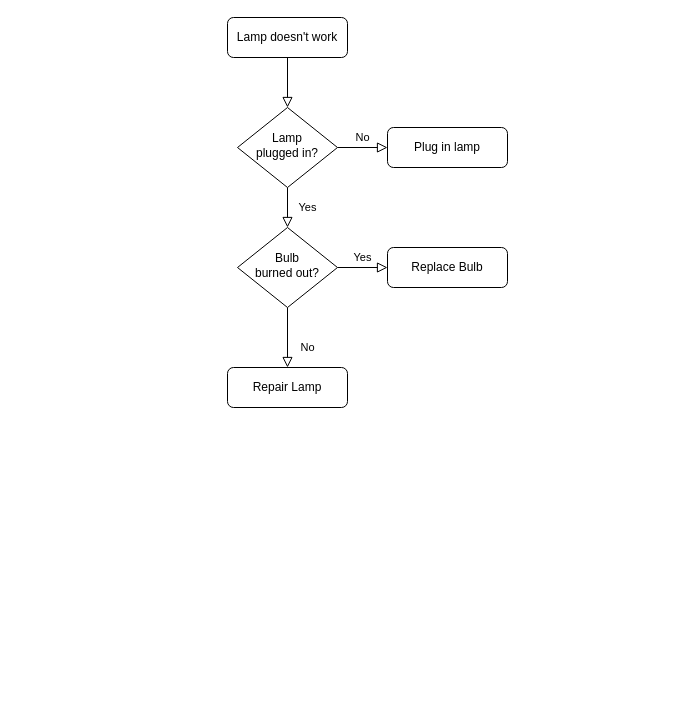
Earlier version of the draw.io diagram Diagramme sans nom.drawio (kcLandy/projet-red). Source tidied: cells renumbered, new cells numbered last; positions are measured from the earlier drawing's top-left corner, leaving out a move shared by most shapes. Both pictures are drawn from the tidied source at 100%, with x=0, y=0 at pixel (227, 17).
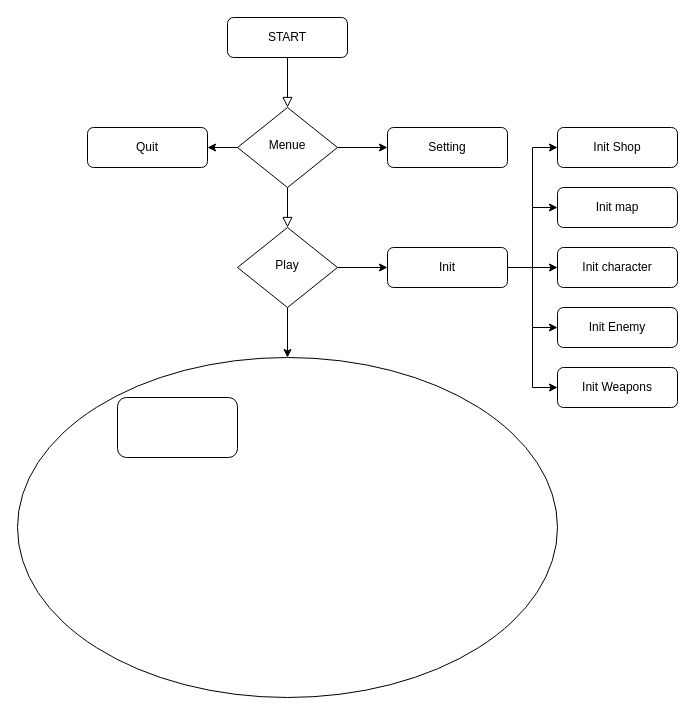
The same page after the edit.

Change to the diagram source:
```diff
@@
-    <mxCell id="3" value="Lamp doesn't work" style="rounded=1;whiteSpace=wrap;html=1;fontSize=12;glass=0;strokeWidth=1;shadow=0;" parent="1" vertex="1">
+    <mxCell id="3" value="START" style="rounded=1;whiteSpace=wrap;html=1;fontSize=12;glass=0;strokeWidth=1;shadow=0;" parent="1" vertex="1">
       <mxGeometry width="120" height="40" as="geometry" />
     </mxCell>
-    <mxCell id="4" value="Yes" style="rounded=0;html=1;jettySize=auto;fontSize=11;endArrow=block;endFill=0;endSize=8;strokeWidth=1;shadow=0;labelBackgroundColor=none;edgeStyle=orthogonalEdgeStyle;" parent="1" edge="1" source="6" target="10">
+    <mxCell id="4" style="rounded=0;html=1;jettySize=auto;fontSize=11;endArrow=block;endFill=0;endSize=8;strokeWidth=1;shadow=0;labelBackgroundColor=none;edgeStyle=orthogonalEdgeStyle;" parent="1" edge="1" source="6" target="10">
       <mxGeometry y="20" relative="1" as="geometry" />
     </mxCell>
-    <mxCell id="5" value="No" style="edgeStyle=orthogonalEdgeStyle;rounded=0;html=1;jettySize=auto;fontSize=11;endArrow=block;endFill=0;endSize=8;strokeWidth=1;shadow=0;labelBackgroundColor=none;" parent="1" edge="1" source="6" target="7">
-      <mxGeometry y="10" relative="1" as="geometry" />
+    <mxCell id="5" style="edgeStyle=orthogonalEdgeStyle;rounded=0;jettySize=auto;html=1;exitX=1;exitY=0.5;exitDx=0;exitDy=0;entryX=0;entryY=0.5;entryDx=0;entryDy=0;" parent="1" edge="1" source="6" target="7">
+      <mxGeometry relative="1" as="geometry" />
     </mxCell>
+    <mxCell id="13" style="edgeStyle=orthogonalEdgeStyle;rounded=0;jettySize=auto;html=1;exitX=0;exitY=0.5;exitDx=0;exitDy=0;" parent="1" edge="1" source="6" target="20">
+      <mxGeometry relative="1" as="geometry" />
+    </mxCell>
-    <mxCell id="6" value="Lamp&lt;br&gt;plugged in?" style="rhombus;whiteSpace=wrap;html=1;shadow=0;fontFamily=Helvetica;fontSize=12;align=center;strokeWidth=1;spacing=6;spacingTop=-4;" parent="1" vertex="1">
+    <mxCell id="6" value="Menue" style="rhombus;whiteSpace=wrap;html=1;shadow=0;fontFamily=Helvetica;fontSize=12;align=center;strokeWidth=1;spacing=6;spacingTop=-4;" parent="1" vertex="1">
       <mxGeometry x="10" y="90" width="100" height="80" as="geometry" />
     </mxCell>
-    <mxCell id="7" value="Plug in lamp" style="rounded=1;whiteSpace=wrap;html=1;fontSize=12;glass=0;strokeWidth=1;shadow=0;" parent="1" vertex="1">
+    <mxCell id="7" value="Setting" style="rounded=1;whiteSpace=wrap;html=1;fontSize=12;glass=0;strokeWidth=1;shadow=0;" parent="1" vertex="1">
       <mxGeometry x="160" y="110" width="120" height="40" as="geometry" />
     </mxCell>
-    <mxCell id="8" value="No" style="rounded=0;html=1;jettySize=auto;fontSize=11;endArrow=block;endFill=0;endSize=8;strokeWidth=1;shadow=0;labelBackgroundColor=none;edgeStyle=orthogonalEdgeStyle;" parent="1" edge="1" source="10" target="11">
-      <mxGeometry x="0.33" y="20" relative="1" as="geometry" />
-    </mxCell>
-    <mxCell id="9" value="Yes" style="edgeStyle=orthogonalEdgeStyle;rounded=0;html=1;jettySize=auto;fontSize=11;endArrow=block;endFill=0;endSize=8;strokeWidth=1;shadow=0;labelBackgroundColor=none;" parent="1" edge="1" source="10" target="12">
-      <mxGeometry y="10" relative="1" as="geometry" />
+    <mxCell id="9" style="edgeStyle=orthogonalEdgeStyle;rounded=0;jettySize=auto;html=1;exitX=1;exitY=0.5;exitDx=0;exitDy=0;entryX=0;entryY=0.5;entryDx=0;entryDy=0;" parent="1" edge="1" source="10" target="12">
+      <mxGeometry relative="1" as="geometry" />
     </mxCell>
+    <mxCell id="14" style="edgeStyle=orthogonalEdgeStyle;rounded=0;jettySize=auto;html=1;exitX=0.5;exitY=1;exitDx=0;exitDy=0;entryX=0.5;entryY=0;entryDx=0;entryDy=0;" parent="1" edge="1" source="10" target="24">
+      <mxGeometry relative="1" as="geometry" />
+    </mxCell>
-    <mxCell id="10" value="Bulb&lt;br&gt;burned out?" style="rhombus;whiteSpace=wrap;html=1;shadow=0;fontFamily=Helvetica;fontSize=12;align=center;strokeWidth=1;spacing=6;spacingTop=-4;" parent="1" vertex="1">
+    <mxCell id="10" value="Play" style="rhombus;whiteSpace=wrap;html=1;shadow=0;fontFamily=Helvetica;fontSize=12;align=center;strokeWidth=1;spacing=6;spacingTop=-4;" parent="1" vertex="1">
       <mxGeometry x="10" y="210" width="100" height="80" as="geometry" />
     </mxCell>
-    <mxCell id="11" value="Repair Lamp" style="rounded=1;whiteSpace=wrap;html=1;fontSize=12;glass=0;strokeWidth=1;shadow=0;" parent="1" vertex="1">
-      <mxGeometry y="350" width="120" height="40" as="geometry" />
-    </mxCell>
+    <mxCell id="15" style="edgeStyle=orthogonalEdgeStyle;rounded=0;jettySize=auto;html=1;exitX=1;exitY=0.5;exitDx=0;exitDy=0;entryX=0;entryY=0.5;entryDx=0;entryDy=0;" parent="1" edge="1" source="12" target="22">
+      <mxGeometry relative="1" as="geometry" />
+    </mxCell>
+    <mxCell id="16" style="edgeStyle=orthogonalEdgeStyle;rounded=0;jettySize=auto;html=1;exitX=1;exitY=0.5;exitDx=0;exitDy=0;entryX=0;entryY=0.5;entryDx=0;entryDy=0;" parent="1" edge="1" source="12" target="23">
+      <mxGeometry relative="1" as="geometry" />
+    </mxCell>
+    <mxCell id="17" style="edgeStyle=orthogonalEdgeStyle;rounded=0;jettySize=auto;html=1;exitX=1;exitY=0.5;exitDx=0;exitDy=0;entryX=0;entryY=0.5;entryDx=0;entryDy=0;" parent="1" edge="1" source="12" target="21">
+      <mxGeometry relative="1" as="geometry" />
+    </mxCell>
+    <mxCell id="18" style="edgeStyle=orthogonalEdgeStyle;rounded=0;jettySize=auto;html=1;exitX=1;exitY=0.5;exitDx=0;exitDy=0;entryX=0;entryY=0.5;entryDx=0;entryDy=0;" parent="1" edge="1" source="12" target="26">
+      <mxGeometry relative="1" as="geometry" />
+    </mxCell>
+    <mxCell id="19" style="edgeStyle=orthogonalEdgeStyle;rounded=0;jettySize=auto;html=1;exitX=1;exitY=0.5;exitDx=0;exitDy=0;entryX=0;entryY=0.5;entryDx=0;entryDy=0;" parent="1" edge="1" source="12" target="27">
+      <mxGeometry relative="1" as="geometry" />
+    </mxCell>
-    <mxCell id="12" value="Replace Bulb" style="rounded=1;whiteSpace=wrap;html=1;fontSize=12;glass=0;strokeWidth=1;shadow=0;" parent="1" vertex="1">
+    <mxCell id="12" value="Init" style="rounded=1;whiteSpace=wrap;html=1;fontSize=12;glass=0;strokeWidth=1;shadow=0;" parent="1" vertex="1">
       <mxGeometry x="160" y="230" width="120" height="40" as="geometry" />
     </mxCell>
+    <mxCell id="20" value="Quit" style="rounded=1;whiteSpace=wrap;html=1;fontSize=12;glass=0;strokeWidth=1;shadow=0;" parent="1" vertex="1">
+      <mxGeometry x="-140" y="110" width="120" height="40" as="geometry" />
+    </mxCell>
+    <mxCell id="21" value="Init Enemy" style="rounded=1;whiteSpace=wrap;html=1;fontSize=12;glass=0;strokeWidth=1;shadow=0;" parent="1" vertex="1">
+      <mxGeometry x="330" y="290" width="120" height="40" as="geometry" />
+    </mxCell>
+    <mxCell id="22" value="Init character" style="rounded=1;whiteSpace=wrap;html=1;fontSize=12;glass=0;strokeWidth=1;shadow=0;" parent="1" vertex="1">
+      <mxGeometry x="330" y="230" width="120" height="40" as="geometry" />
+    </mxCell>
+    <mxCell id="23" value="Init map" style="rounded=1;whiteSpace=wrap;html=1;fontSize=12;glass=0;strokeWidth=1;shadow=0;" parent="1" vertex="1">
+      <mxGeometry x="330" y="170" width="120" height="40" as="geometry" />
+    </mxCell>
+    <mxCell id="24" style="ellipse;whiteSpace=wrap;html=1;" parent="1" vertex="1">
+      <mxGeometry x="-210" y="340" width="540" height="340" as="geometry" />
+    </mxCell>
+    <mxCell id="25" style="rounded=1;whiteSpace=wrap;html=1;" parent="1" vertex="1">
+      <mxGeometry x="-110" y="380" width="120" height="60" as="geometry" />
+    </mxCell>
+    <mxCell id="26" value="Init Weapons" style="rounded=1;whiteSpace=wrap;html=1;fontSize=12;glass=0;strokeWidth=1;shadow=0;" parent="1" vertex="1">
+      <mxGeometry x="330" y="350" width="120" height="40" as="geometry" />
+    </mxCell>
+    <mxCell id="27" value="Init Shop" style="rounded=1;whiteSpace=wrap;html=1;fontSize=12;glass=0;strokeWidth=1;shadow=0;" parent="1" vertex="1">
+      <mxGeometry x="330" y="110" width="120" height="40" as="geometry" />
+    </mxCell>
```
